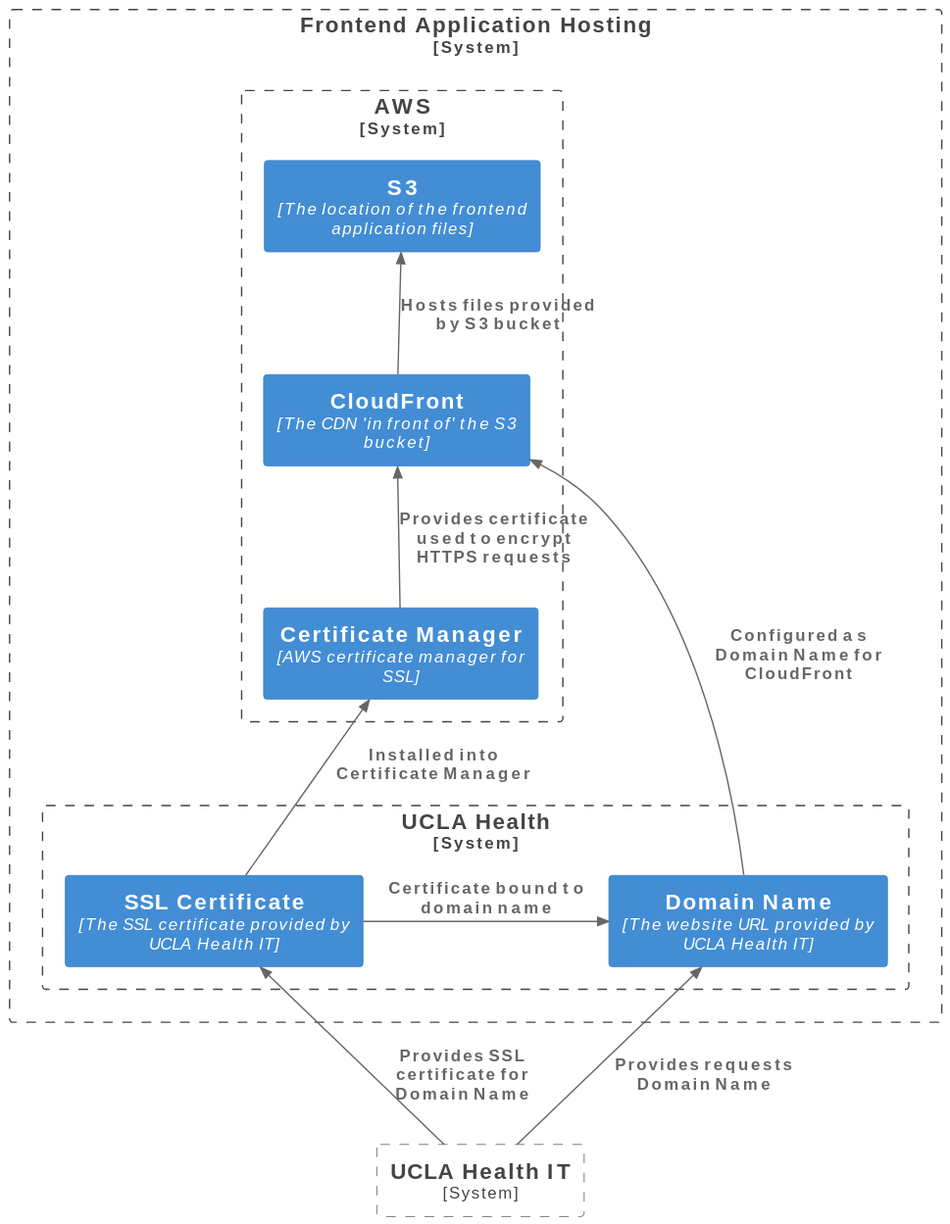
Above: docs/webapp/frontend hosting.svg in uclahs-cds/package-moPepGen (PlantUML), before the change.
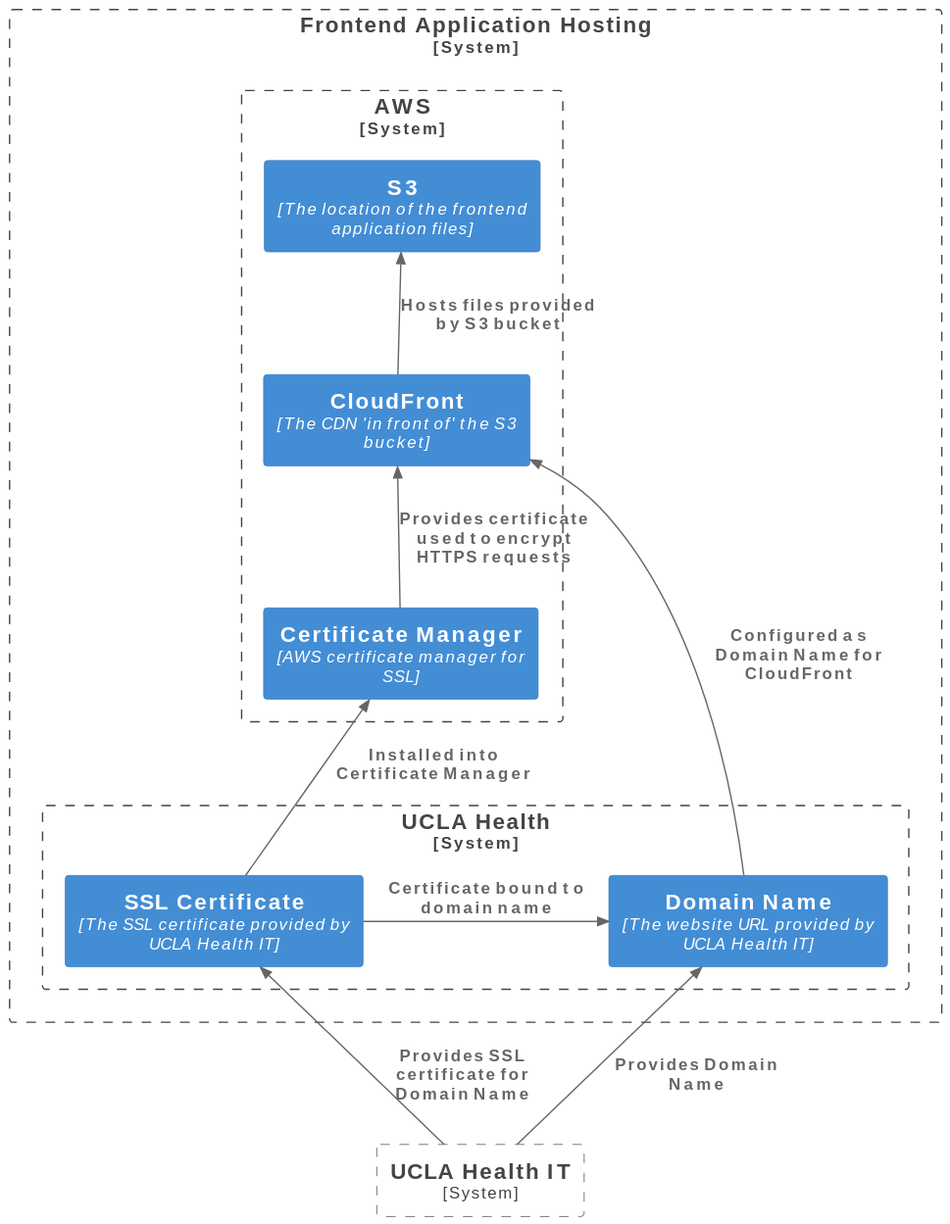
The same diagram one commit later.

The edit, as a diff of the source:
```diff
@@ -39,5 +39,5 @@
 
 }
 Rel_Up(UCLAHealthIT, SSLCertificate, "Provides SSL certificate for Domain Name")
-Rel_Up(UCLAHealthIT, DomainName, "Provides requests Domain Name")
+Rel_Up(UCLAHealthIT, DomainName, "Provides Domain Name")
 @enduml
```
